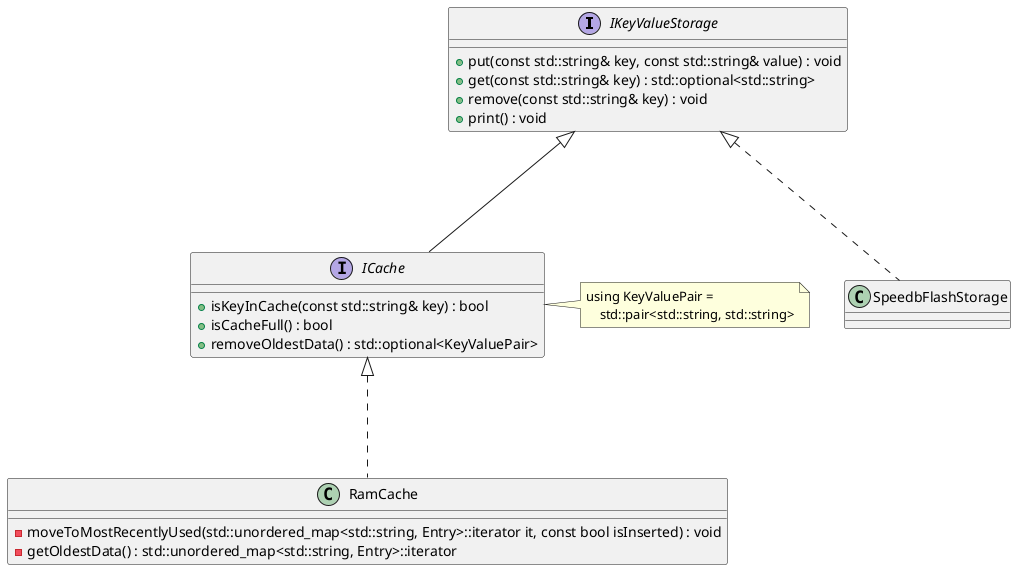
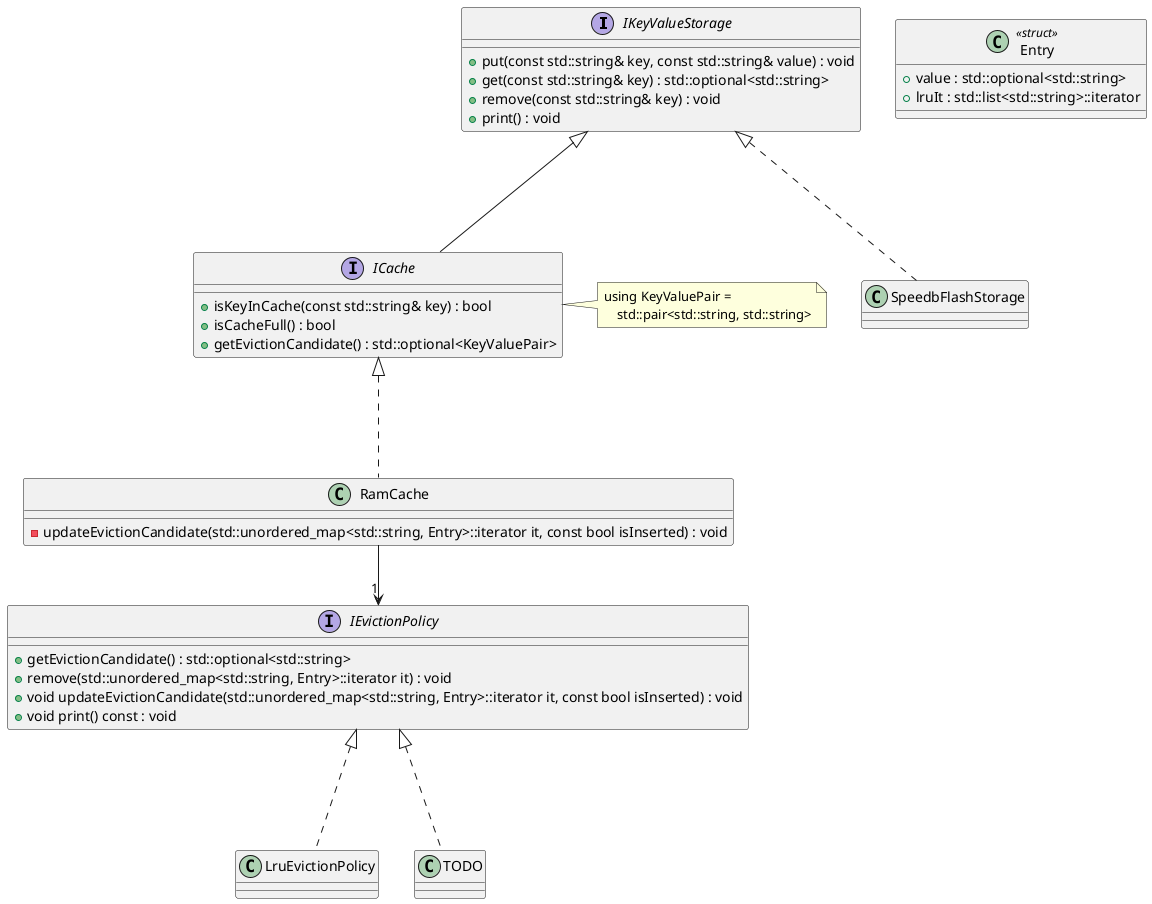
@startuml Redis POC

interface IKeyValueStorage {
    +put(const std::string& key, const std::string& value) : void
    +get(const std::string& key) : std::optional<std::string>
    +remove(const std::string& key) : void
    +print() : void
}

interface ICache {
    +isKeyInCache(const std::string& key) : bool
    +isCacheFull() : bool
-     +removeOldestData() : std::optional<KeyValuePair>
+     +getEvictionCandidate() : std::optional<KeyValuePair>
}

note right of ICache
using KeyValuePair =
    std::pair<std::string, std::string>
end note

+ class Entry <<struct>> {
+     +value : std::optional<std::string>
+     +lruIt : std::list<std::string>::iterator
+ }
+ 
class RamCache {
-     -moveToMostRecentlyUsed(std::unordered_map<std::string, Entry>::iterator it, const bool isInserted) : void
-     -getOldestData() : std::unordered_map<std::string, Entry>::iterator
+     -updateEvictionCandidate(std::unordered_map<std::string, Entry>::iterator it, const bool isInserted) : void
}

class SpeedbFlashStorage {
}

+ interface IEvictionPolicy {
+     +getEvictionCandidate() : std::optional<std::string>
+     +remove(std::unordered_map<std::string, Entry>::iterator it) : void
+     +void updateEvictionCandidate(std::unordered_map<std::string, Entry>::iterator it, const bool isInserted) : void
+     +void print() const : void
+ }
+ 
+ class LruEvictionPolicy {
+ }
+ 
+ LruEvictionPolicy -u..|> IEvictionPolicy
+ TODO -u..|> IEvictionPolicy
+ 
+ 
ICache -u--|> IKeyValueStorage
SpeedbFlashStorage -u..|> IKeyValueStorage
RamCache -u..|> ICache
+ RamCache --> "1" IEvictionPolicy

@enduml